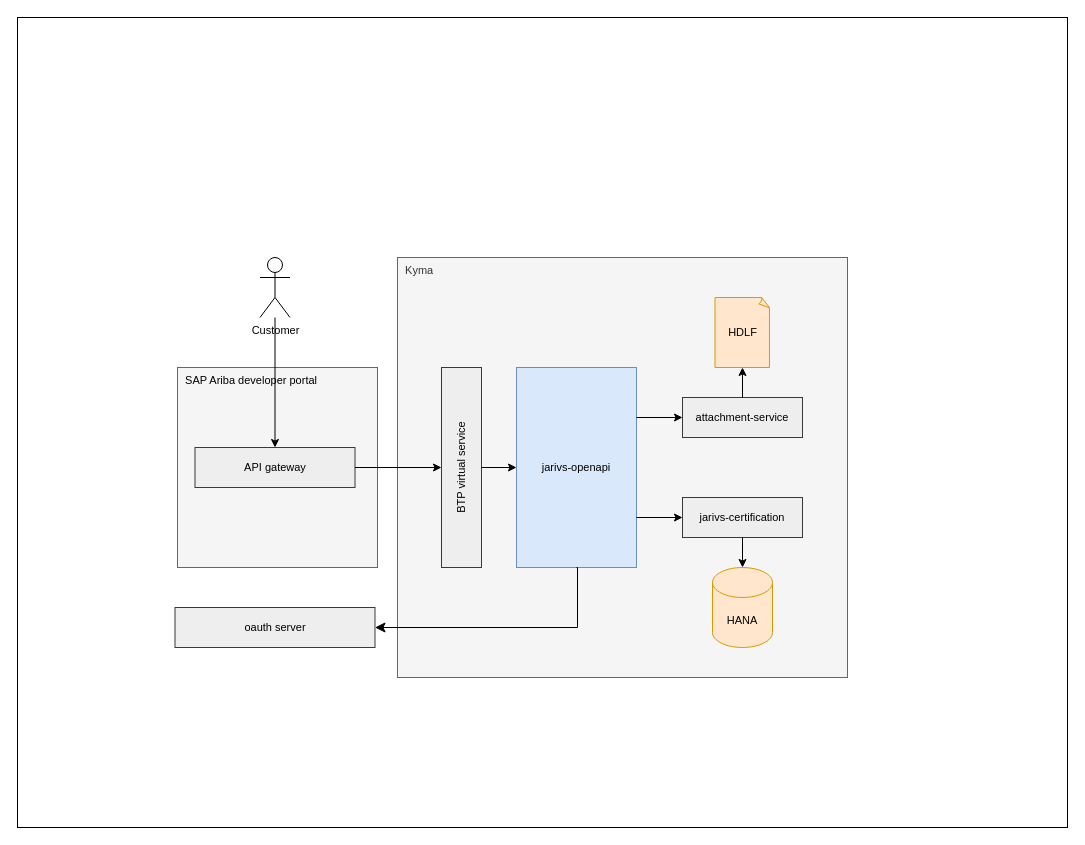
Earlier version of the draw.io diagram page "Page-1" (1 of 3) of certification-ng.drawio (huangshijie/Drawio). Source tidied: cells renumbered, new cells numbered last; positions are measured from the earlier drawing's top-left corner, leaving out a move shared by most shapes. Both pictures are drawn from the tidied source at 100%, with x=0, y=0 at pixel (17, 17).
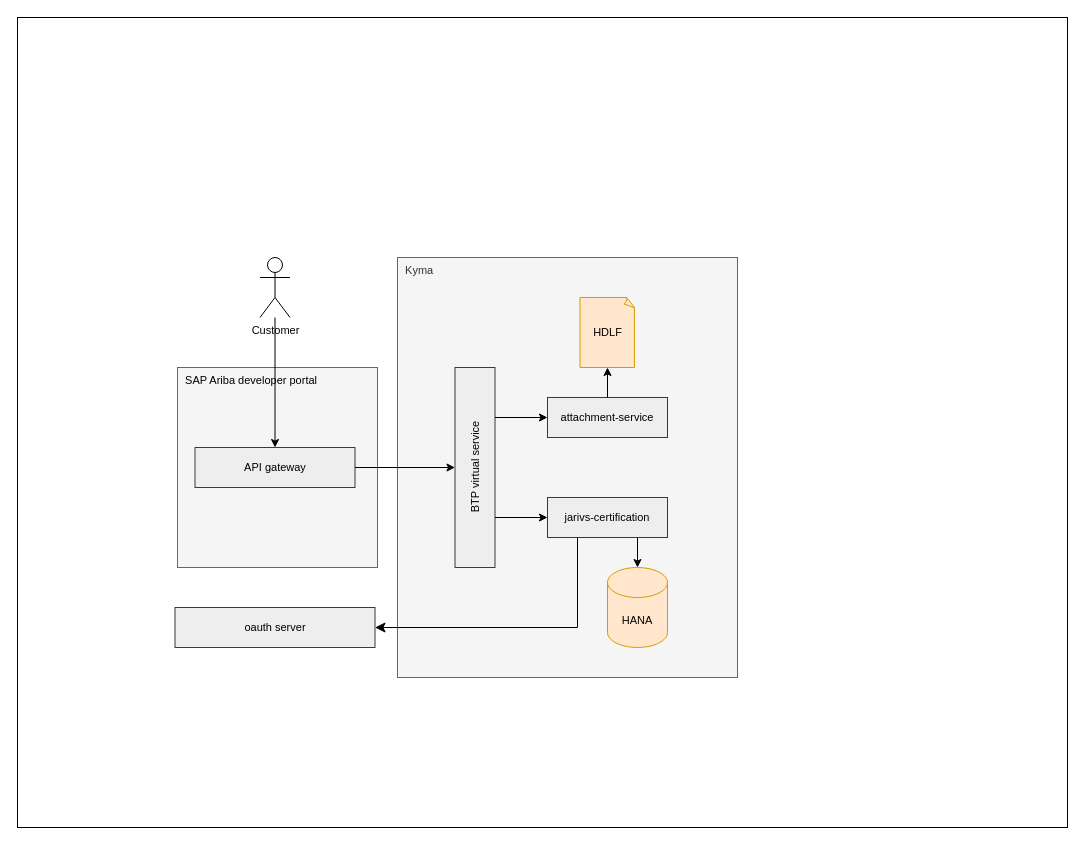
The same diagram, later.

The change refers to these unchanged cells:
```xml
<mxCell id="16" value="oauth server" style="rounded=0;whiteSpace=wrap;html=1;fillColor=#eeeeee;strokeColor=#36393d;fontSize=11;" parent="1" vertex="1">
  <mxGeometry x="157.5" y="590" width="200" height="40" as="geometry" />
</mxCell>
```

Change to the diagram source:
```diff
@@
     <mxCell id="4" value="&amp;nbsp; Kyma" style="rounded=0;whiteSpace=wrap;html=1;fillColor=#f5f5f5;fontColor=#333333;strokeColor=#666666;align=left;verticalAlign=top;fontSize=11;" parent="1" vertex="1">
-      <mxGeometry x="380" y="240" width="450" height="420" as="geometry" />
+      <mxGeometry x="380" y="240" width="340" height="420" as="geometry" />
     </mxCell>
     <mxCell id="5" value="BTP virtual service" style="rounded=0;whiteSpace=wrap;html=1;fillColor=#eeeeee;strokeColor=#36393d;rotation=-90;fontSize=11;" parent="1" vertex="1">
-      <mxGeometry x="344" y="430" width="200" height="40" as="geometry" />
+      <mxGeometry x="357.5" y="430" width="200" height="40" as="geometry" />
     </mxCell>
+    <mxCell id="13" style="edgeStyle=orthogonalEdgeStyle;rounded=0;jettySize=auto;html=1;exitX=0.75;exitY=1;exitDx=0;exitDy=0;" parent="1" edge="1" source="6" target="7">
+      <mxGeometry relative="1" as="geometry" />
+    </mxCell>
     <mxCell id="6" value="jarivs-certification" style="rounded=0;whiteSpace=wrap;html=1;fillColor=#eeeeee;strokeColor=#36393d;fontSize=11;" parent="1" vertex="1">
-      <mxGeometry x="665" y="480" width="120" height="40" as="geometry" />
+      <mxGeometry x="530" y="480" width="120" height="40" as="geometry" />
     </mxCell>
     <mxCell id="7" value="HANA" style="shape=cylinder3;whiteSpace=wrap;html=1;boundedLbl=1;backgroundOutline=1;size=15;fillColor=#ffe6cc;strokeColor=#d79b00;fontSize=11;" parent="1" vertex="1">
-      <mxGeometry x="695" y="550" width="60" height="80" as="geometry" />
+      <mxGeometry x="590" y="550" width="60" height="80" as="geometry" />
     </mxCell>
@@
     <mxCell id="9" value="attachment-service" style="rounded=0;whiteSpace=wrap;html=1;fillColor=#eeeeee;strokeColor=#36393d;fontSize=11;" parent="1" vertex="1">
-      <mxGeometry x="665" y="380" width="120" height="40" as="geometry" />
+      <mxGeometry x="530" y="380" width="120" height="40" as="geometry" />
     </mxCell>
-    <mxCell id="10" value="jarivs-openapi" style="rounded=0;whiteSpace=wrap;html=1;fillColor=#dae8fc;strokeColor=#6c8ebf;rotation=0;fontSize=11;" parent="1" vertex="1">
-      <mxGeometry x="499" y="350" width="120" height="200" as="geometry" />
-    </mxCell>
     <mxCell id="11" value="HDLF" style="whiteSpace=wrap;html=1;shape=mxgraph.basic.document;fillColor=#ffe6cc;strokeColor=#d79b00;fontSize=11;" parent="1" vertex="1">
-      <mxGeometry x="697.5" y="280" width="55" height="70" as="geometry" />
+      <mxGeometry x="562.5" y="280" width="55" height="70" as="geometry" />
     </mxCell>
-    <mxCell id="12" style="endArrow=classic;html=1;rounded=0;exitX=0.5;exitY=1;exitDx=0;exitDy=0;fontSize=11;" parent="1" edge="1" source="5" target="10">
-      <mxGeometry relative="1" as="geometry" />
-    </mxCell>
-    <mxCell id="13" style="endArrow=classic;html=1;rounded=0;exitX=0.5;exitY=1;exitDx=0;exitDy=0;entryX=0.5;entryY=0;entryDx=0;entryDy=0;entryPerimeter=0;fontSize=11;" parent="1" edge="1" source="6" target="7">
-      <mxGeometry relative="1" as="geometry" />
-    </mxCell>
@@
-    <mxCell id="17" style="edgeStyle=segmentEdgeStyle;endArrow=classic;html=1;curved=0;rounded=0;endSize=8;startSize=8;exitX=0.5;exitY=1;exitDx=0;exitDy=0;entryX=1;entryY=0.5;entryDx=0;entryDy=0;fontSize=11;" parent="1" edge="1" source="10" target="16">
-      <mxGeometry relative="1" as="geometry">
-        <Array as="points">
-          <mxPoint x="560" y="610" />
-        </Array>
-      </mxGeometry>
+    <mxCell id="17" style="endArrow=classic;html=1;rounded=0;endSize=8;startSize=8;exitX=0.25;exitY=1;exitDx=0;exitDy=0;entryX=1;entryY=0.5;entryDx=0;entryDy=0;fontSize=11;edgeStyle=orthogonalEdgeStyle;" parent="1" edge="1" source="6" target="16">
+      <mxGeometry relative="1" as="geometry" />
     </mxCell>
-    <mxCell id="18" style="endArrow=classic;html=1;rounded=0;exitX=1;exitY=0.75;exitDx=0;exitDy=0;entryX=0;entryY=0.5;entryDx=0;entryDy=0;fontSize=11;" parent="1" edge="1" source="10" target="6">
+    <mxCell id="18" style="endArrow=classic;html=1;rounded=0;exitX=0.25;exitY=1;exitDx=0;exitDy=0;entryX=0;entryY=0.5;entryDx=0;entryDy=0;fontSize=11;" parent="1" edge="1" source="5" target="6">
       <mxGeometry relative="1" as="geometry" />
     </mxCell>
-    <mxCell id="19" style="endArrow=classic;html=1;rounded=0;exitX=1;exitY=0.25;exitDx=0;exitDy=0;fontSize=11;" parent="1" edge="1" source="10" target="9">
+    <mxCell id="19" style="endArrow=classic;html=1;rounded=0;exitX=0.75;exitY=1;exitDx=0;exitDy=0;fontSize=11;" parent="1" edge="1" source="5" target="9">
       <mxGeometry relative="1" as="geometry" />
     </mxCell>
```
